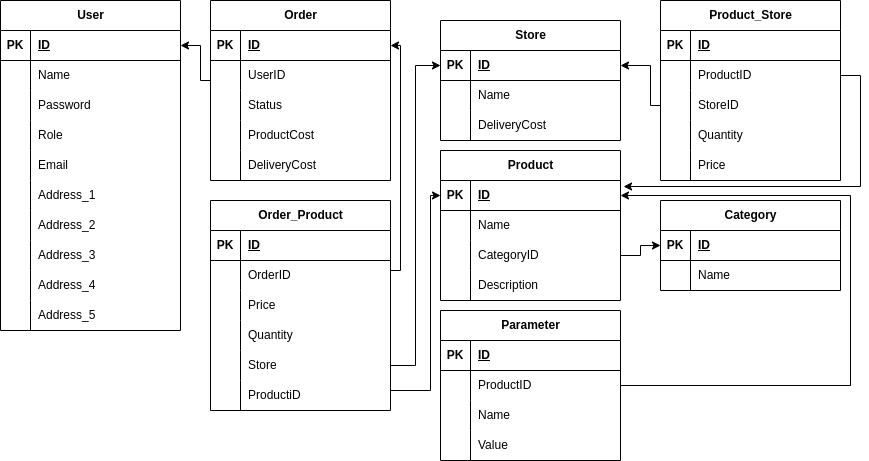
This is Diploma_scheme.png from Garpusha/diploma, a draw.io export, as it was before one commit. Source tidied: cells renumbered, new cells last; positions are measured from the earlier drawing's top-left corner, leaving out a move shared by most shapes.
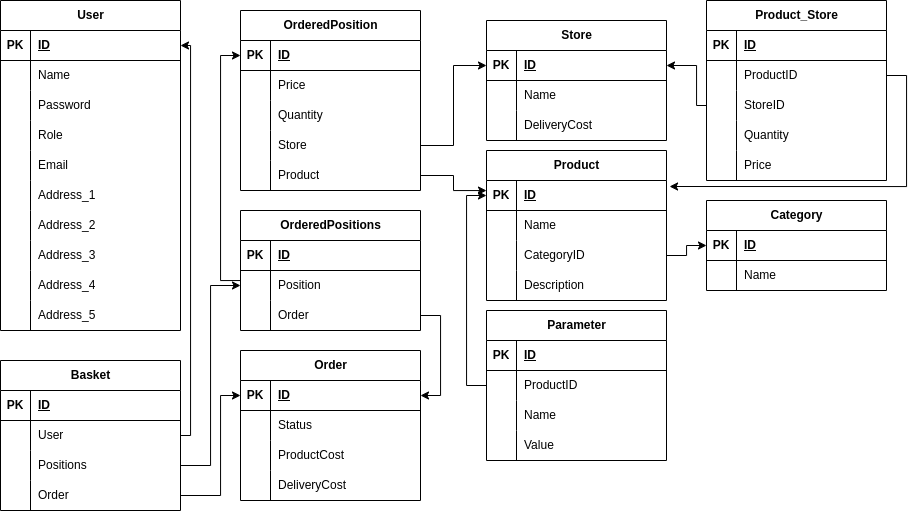
After the commit.

What changed in the source:
```diff
@@ -3,7 +3,7 @@
     <mxCell id="0" />
     <mxCell id="1" parent="0" />
     <mxCell id="2" value="User" style="shape=table;startSize=30;rowLines=0;fontStyle=1;align=center;html=1;" parent="1" vertex="1">
-      <mxGeometry width="180" height="330" as="geometry" />
+      <mxGeometry x="-46" width="180" height="330" as="geometry" />
     </mxCell>
     <mxCell id="3" style="shape=tableRow;horizontal=0;startSize=0;swimlaneHead=0;swimlaneBody=0;fillColor=none;points=[[0,0.5],[1,0.5]];portConstraint=eastwest;top=0;left=0;right=0;bottom=1;" parent="2" vertex="1">
       <mxGeometry y="30" width="180" height="30" as="geometry" />
@@ -221,7 +221,7 @@
       </mxGeometry>
     </mxCell>
     <mxCell id="73" value="Order" style="shape=table;startSize=30;rowLines=0;fontStyle=1;align=center;html=1;" parent="1" vertex="1">
-      <mxGeometry x="210" width="180" height="180" as="geometry" />
+      <mxGeometry x="194" y="350" width="180" height="150" as="geometry" />
     </mxCell>
     <mxCell id="74" style="shape=tableRow;horizontal=0;startSize=0;swimlaneHead=0;swimlaneBody=0;fillColor=none;points=[[0,0.5],[1,0.5]];portConstraint=eastwest;top=0;left=0;right=0;bottom=1;" parent="73" vertex="1">
       <mxGeometry y="30" width="180" height="30" as="geometry" />
@@ -232,17 +232,8 @@
     <mxCell id="76" value="ID" style="shape=partialRectangle;fillColor=none;top=0;left=0;bottom=0;right=0;align=left;spacingLeft=6;fontStyle=5;overflow=hidden;whiteSpace=wrap;html=1;" parent="74" vertex="1">
       <mxGeometry x="30" width="150" height="30" as="geometry" />
     </mxCell>
-    <mxCell id="77" style="shape=tableRow;horizontal=0;startSize=0;swimlaneHead=0;swimlaneBody=0;fillColor=none;points=[[0,0.5],[1,0.5]];portConstraint=eastwest;top=0;left=0;right=0;bottom=0;" parent="73" vertex="1">
-      <mxGeometry y="60" width="180" height="30" as="geometry" />
-    </mxCell>
-    <mxCell id="78" style="shape=partialRectangle;fillColor=none;top=0;left=0;bottom=0;right=0;overflow=hidden;whiteSpace=wrap;html=1;" parent="77" vertex="1">
-      <mxGeometry width="30" height="30" as="geometry" />
-    </mxCell>
-    <mxCell id="79" value="UserID" style="shape=partialRectangle;fillColor=none;top=0;left=0;bottom=0;right=0;align=left;spacingLeft=6;overflow=hidden;whiteSpace=wrap;html=1;" parent="77" vertex="1">
-      <mxGeometry x="30" width="150" height="30" as="geometry" />
-    </mxCell>
     <mxCell id="80" style="shape=tableRow;horizontal=0;startSize=0;swimlaneHead=0;swimlaneBody=0;fillColor=none;top=0;left=0;right=0;bottom=0;" parent="73" vertex="1">
-      <mxGeometry y="90" width="180" height="30" as="geometry" />
+      <mxGeometry y="60" width="180" height="30" as="geometry" />
     </mxCell>
     <mxCell id="81" style="shape=partialRectangle;fillColor=none;top=0;left=0;bottom=0;right=0;overflow=hidden;whiteSpace=wrap;html=1;" parent="80" vertex="1">
       <mxGeometry width="30" height="30" as="geometry" />
@@ -251,7 +242,7 @@
       <mxGeometry x="30" width="150" height="30" as="geometry" />
     </mxCell>
     <mxCell id="83" style="shape=tableRow;horizontal=0;startSize=0;swimlaneHead=0;swimlaneBody=0;fillColor=none;top=0;left=0;right=0;bottom=0;" parent="73" vertex="1">
-      <mxGeometry y="120" width="180" height="30" as="geometry" />
+      <mxGeometry y="90" width="180" height="30" as="geometry" />
     </mxCell>
     <mxCell id="84" style="shape=partialRectangle;fillColor=none;top=0;left=0;bottom=0;right=0;overflow=hidden;whiteSpace=wrap;html=1;" parent="83" vertex="1">
       <mxGeometry width="30" height="30" as="geometry" />
@@ -260,7 +251,7 @@
       <mxGeometry x="30" width="150" height="30" as="geometry" />
     </mxCell>
     <mxCell id="86" style="shape=tableRow;horizontal=0;startSize=0;swimlaneHead=0;swimlaneBody=0;fillColor=none;top=0;left=0;right=0;bottom=0;" parent="73" vertex="1">
-      <mxGeometry y="150" width="180" height="30" as="geometry" />
+      <mxGeometry y="120" width="180" height="30" as="geometry" />
     </mxCell>
     <mxCell id="87" style="shape=partialRectangle;fillColor=none;top=0;left=0;bottom=0;right=0;overflow=hidden;whiteSpace=wrap;html=1;" parent="86" vertex="1">
       <mxGeometry width="30" height="30" as="geometry" />
@@ -268,15 +259,6 @@
     <mxCell id="88" value="DeliveryCost" style="shape=partialRectangle;fillColor=none;top=0;left=0;bottom=0;right=0;align=left;spacingLeft=6;overflow=hidden;whiteSpace=wrap;html=1;" parent="86" vertex="1">
       <mxGeometry x="30" width="150" height="30" as="geometry" />
     </mxCell>
-    <mxCell id="89" style="edgeStyle=orthogonalEdgeStyle;rounded=0;jettySize=auto;html=1;" parent="1" edge="1" source="77">
-      <mxGeometry relative="1" as="geometry">
-        <mxPoint x="180" y="45" as="targetPoint" />
-        <Array as="points">
-          <mxPoint x="200" y="80" />
-          <mxPoint x="200" y="45" />
-        </Array>
-      </mxGeometry>
-    </mxCell>
     <mxCell id="90" value="Category" style="shape=table;startSize=30;rowLines=0;fontStyle=1;align=center;html=1;" parent="1" vertex="1">
       <mxGeometry x="660" y="200" width="180" height="90" as="geometry" />
     </mxCell>
@@ -340,8 +322,8 @@
     <mxCell id="110" style="edgeStyle=orthogonalEdgeStyle;rounded=0;jettySize=auto;html=1;entryX=0;entryY=0.5;entryDx=0;entryDy=0;" parent="1" edge="1" source="40" target="91">
       <mxGeometry relative="1" as="geometry" />
     </mxCell>
-    <mxCell id="111" value="Order_Product" style="shape=table;startSize=30;rowLines=0;fontStyle=1;align=center;html=1;" parent="1" vertex="1">
-      <mxGeometry x="210" y="200" width="180" height="210" as="geometry" />
+    <mxCell id="111" value="OrderedPosition" style="shape=table;startSize=30;rowLines=0;fontStyle=1;align=center;html=1;" parent="1" vertex="1">
+      <mxGeometry x="194" y="10" width="180" height="180" as="geometry" />
     </mxCell>
     <mxCell id="112" style="shape=tableRow;horizontal=0;startSize=0;swimlaneHead=0;swimlaneBody=0;fillColor=none;points=[[0,0.5],[1,0.5]];portConstraint=eastwest;top=0;left=0;right=0;bottom=1;" parent="111" vertex="1">
       <mxGeometry y="30" width="180" height="30" as="geometry" />
@@ -352,17 +334,8 @@
     <mxCell id="114" value="ID" style="shape=partialRectangle;fillColor=none;top=0;left=0;bottom=0;right=0;align=left;spacingLeft=6;fontStyle=5;overflow=hidden;whiteSpace=wrap;html=1;" parent="112" vertex="1">
       <mxGeometry x="30" width="150" height="30" as="geometry" />
     </mxCell>
-    <mxCell id="115" style="shape=tableRow;horizontal=0;startSize=0;swimlaneHead=0;swimlaneBody=0;fillColor=none;points=[[0,0.5],[1,0.5]];portConstraint=eastwest;top=0;left=0;right=0;bottom=0;" parent="111" vertex="1">
-      <mxGeometry y="60" width="180" height="30" as="geometry" />
-    </mxCell>
-    <mxCell id="116" style="shape=partialRectangle;fillColor=none;top=0;left=0;bottom=0;right=0;overflow=hidden;whiteSpace=wrap;html=1;" parent="115" vertex="1">
-      <mxGeometry width="30" height="30" as="geometry" />
-    </mxCell>
-    <mxCell id="117" value="OrderID" style="shape=partialRectangle;fillColor=none;top=0;left=0;bottom=0;right=0;align=left;spacingLeft=6;overflow=hidden;whiteSpace=wrap;html=1;" parent="115" vertex="1">
-      <mxGeometry x="30" width="150" height="30" as="geometry" />
-    </mxCell>
     <mxCell id="118" style="shape=tableRow;horizontal=0;startSize=0;swimlaneHead=0;swimlaneBody=0;fillColor=none;top=0;left=0;right=0;bottom=0;" parent="111" vertex="1">
-      <mxGeometry y="90" width="180" height="30" as="geometry" />
+      <mxGeometry y="60" width="180" height="30" as="geometry" />
     </mxCell>
     <mxCell id="119" style="shape=partialRectangle;fillColor=none;top=0;left=0;bottom=0;right=0;overflow=hidden;whiteSpace=wrap;html=1;" parent="118" vertex="1">
       <mxGeometry width="30" height="30" as="geometry" />
@@ -371,7 +344,7 @@
       <mxGeometry x="30" width="150" height="30" as="geometry" />
     </mxCell>
     <mxCell id="121" style="shape=tableRow;horizontal=0;startSize=0;swimlaneHead=0;swimlaneBody=0;fillColor=none;top=0;left=0;right=0;bottom=0;" parent="111" vertex="1">
-      <mxGeometry y="120" width="180" height="30" as="geometry" />
+      <mxGeometry y="90" width="180" height="30" as="geometry" />
     </mxCell>
     <mxCell id="122" style="shape=partialRectangle;fillColor=none;top=0;left=0;bottom=0;right=0;overflow=hidden;whiteSpace=wrap;html=1;" parent="121" vertex="1">
       <mxGeometry width="30" height="30" as="geometry" />
@@ -380,7 +353,7 @@
       <mxGeometry x="30" width="150" height="30" as="geometry" />
     </mxCell>
     <mxCell id="124" style="shape=tableRow;horizontal=0;startSize=0;swimlaneHead=0;swimlaneBody=0;fillColor=none;points=[[0,0.5],[1,0.5]];portConstraint=eastwest;top=0;left=0;right=0;bottom=0;" parent="111" vertex="1">
-      <mxGeometry y="150" width="180" height="30" as="geometry" />
+      <mxGeometry y="120" width="180" height="30" as="geometry" />
     </mxCell>
     <mxCell id="125" style="shape=partialRectangle;fillColor=none;top=0;left=0;bottom=0;right=0;overflow=hidden;whiteSpace=wrap;html=1;" parent="124" vertex="1">
       <mxGeometry width="30" height="30" as="geometry" />
@@ -389,54 +362,139 @@
       <mxGeometry x="30" width="150" height="30" as="geometry" />
     </mxCell>
     <mxCell id="127" style="shape=tableRow;horizontal=0;startSize=0;swimlaneHead=0;swimlaneBody=0;fillColor=none;points=[[0,0.5],[1,0.5]];portConstraint=eastwest;top=0;left=0;right=0;bottom=0;" parent="111" vertex="1">
-      <mxGeometry y="180" width="180" height="30" as="geometry" />
+      <mxGeometry y="150" width="180" height="30" as="geometry" />
     </mxCell>
     <mxCell id="128" style="shape=partialRectangle;fillColor=none;top=0;left=0;bottom=0;right=0;overflow=hidden;whiteSpace=wrap;html=1;" parent="127" vertex="1">
       <mxGeometry width="30" height="30" as="geometry" />
     </mxCell>
-    <mxCell id="129" value="ProductiD" style="shape=partialRectangle;fillColor=none;top=0;left=0;bottom=0;right=0;align=left;spacingLeft=6;overflow=hidden;whiteSpace=wrap;html=1;" parent="127" vertex="1">
+    <mxCell id="129" value="Product" style="shape=partialRectangle;fillColor=none;top=0;left=0;bottom=0;right=0;align=left;spacingLeft=6;overflow=hidden;whiteSpace=wrap;html=1;" parent="127" vertex="1">
       <mxGeometry x="30" width="150" height="30" as="geometry" />
     </mxCell>
+    <mxCell id="133" style="edgeStyle=orthogonalEdgeStyle;rounded=0;jettySize=auto;html=1;entryX=1.017;entryY=0.2;entryDx=0;entryDy=0;entryPerimeter=0;" parent="1" edge="1" source="60" target="34">
+      <mxGeometry relative="1" as="geometry">
+        <Array as="points">
+          <mxPoint x="860" y="75" />
+          <mxPoint x="860" y="186" />
+        </Array>
+      </mxGeometry>
+    </mxCell>
+    <mxCell id="135" value="Basket" style="shape=table;startSize=30;rowLines=0;fontStyle=1;align=center;html=1;" parent="1" vertex="1">
+      <mxGeometry x="-46" y="360" width="180" height="150" as="geometry" />
+    </mxCell>
+    <mxCell id="136" style="shape=tableRow;horizontal=0;startSize=0;swimlaneHead=0;swimlaneBody=0;fillColor=none;top=0;left=0;right=0;bottom=1;" parent="135" vertex="1">
+      <mxGeometry y="30" width="180" height="30" as="geometry" />
+    </mxCell>
+    <mxCell id="137" value="PK" style="shape=partialRectangle;fillColor=none;top=0;left=0;bottom=0;right=0;fontStyle=1;overflow=hidden;whiteSpace=wrap;html=1;" parent="136" vertex="1">
+      <mxGeometry width="30" height="30" as="geometry" />
+    </mxCell>
+    <mxCell id="138" value="ID" style="shape=partialRectangle;fillColor=none;top=0;left=0;bottom=0;right=0;align=left;spacingLeft=6;fontStyle=5;overflow=hidden;whiteSpace=wrap;html=1;" parent="136" vertex="1">
+      <mxGeometry x="30" width="150" height="30" as="geometry" />
+    </mxCell>
+    <mxCell id="139" style="shape=tableRow;horizontal=0;startSize=0;swimlaneHead=0;swimlaneBody=0;fillColor=none;points=[[0,0.5],[1,0.5]];portConstraint=eastwest;top=0;left=0;right=0;bottom=0;" parent="135" vertex="1">
+      <mxGeometry y="60" width="180" height="30" as="geometry" />
+    </mxCell>
+    <mxCell id="140" style="shape=partialRectangle;fillColor=none;top=0;left=0;bottom=0;right=0;overflow=hidden;whiteSpace=wrap;html=1;" parent="139" vertex="1">
+      <mxGeometry width="30" height="30" as="geometry" />
+    </mxCell>
+    <mxCell id="141" value="User" style="shape=partialRectangle;fillColor=none;top=0;left=0;bottom=0;right=0;align=left;spacingLeft=6;overflow=hidden;whiteSpace=wrap;html=1;" parent="139" vertex="1">
+      <mxGeometry x="30" width="150" height="30" as="geometry" />
+    </mxCell>
+    <mxCell id="142" style="shape=tableRow;horizontal=0;startSize=0;swimlaneHead=0;swimlaneBody=0;fillColor=none;points=[[0,0.5],[1,0.5]];portConstraint=eastwest;top=0;left=0;right=0;bottom=0;" parent="135" vertex="1">
+      <mxGeometry y="90" width="180" height="30" as="geometry" />
+    </mxCell>
+    <mxCell id="143" style="shape=partialRectangle;fillColor=none;top=0;left=0;bottom=0;right=0;overflow=hidden;whiteSpace=wrap;html=1;" parent="142" vertex="1">
+      <mxGeometry width="30" height="30" as="geometry" />
+    </mxCell>
+    <mxCell id="144" value="Positions" style="shape=partialRectangle;fillColor=none;top=0;left=0;bottom=0;right=0;align=left;spacingLeft=6;overflow=hidden;whiteSpace=wrap;html=1;" parent="142" vertex="1">
+      <mxGeometry x="30" width="150" height="30" as="geometry" />
+    </mxCell>
+    <mxCell id="145" style="shape=tableRow;horizontal=0;startSize=0;swimlaneHead=0;swimlaneBody=0;fillColor=none;points=[[0,0.5],[1,0.5]];portConstraint=eastwest;top=0;left=0;right=0;bottom=0;" parent="135" vertex="1">
+      <mxGeometry y="120" width="180" height="30" as="geometry" />
+    </mxCell>
+    <mxCell id="146" style="shape=partialRectangle;fillColor=none;top=0;left=0;bottom=0;right=0;overflow=hidden;whiteSpace=wrap;html=1;" parent="145" vertex="1">
+      <mxGeometry width="30" height="30" as="geometry" />
+    </mxCell>
+    <mxCell id="147" value="Order" style="shape=partialRectangle;fillColor=none;top=0;left=0;bottom=0;right=0;align=left;spacingLeft=6;overflow=hidden;whiteSpace=wrap;html=1;" parent="145" vertex="1">
+      <mxGeometry x="30" width="150" height="30" as="geometry" />
+    </mxCell>
+    <mxCell id="134" style="edgeStyle=orthogonalEdgeStyle;rounded=0;jettySize=auto;html=1;" parent="1" edge="1" source="127" target="34">
+      <mxGeometry relative="1" as="geometry">
+        <Array as="points">
+          <mxPoint x="407" y="175" />
+          <mxPoint x="407" y="190" />
+        </Array>
+      </mxGeometry>
+    </mxCell>
-    <mxCell id="130" style="edgeStyle=orthogonalEdgeStyle;rounded=0;jettySize=auto;html=1;" parent="1" edge="1" source="124" target="47">
-      <mxGeometry relative="1" as="geometry">
-        <Array as="points">
-          <mxPoint x="415" y="365" />
-          <mxPoint x="415" y="65" />
-        </Array>
-      </mxGeometry>
+    <mxCell id="130" style="edgeStyle=orthogonalEdgeStyle;rounded=0;jettySize=auto;html=1;entryX=0;entryY=0.5;entryDx=0;entryDy=0;" parent="1" edge="1" source="124" target="47">
+      <mxGeometry relative="1" as="geometry" />
     </mxCell>
-    <mxCell id="131" style="edgeStyle=orthogonalEdgeStyle;rounded=0;jettySize=auto;html=1;entryX=1;entryY=0.5;entryDx=0;entryDy=0;" parent="1" edge="1" source="115" target="74">
-      <mxGeometry relative="1" as="geometry">
-        <Array as="points">
-          <mxPoint x="400" y="270" />
-          <mxPoint x="400" y="45" />
-        </Array>
-      </mxGeometry>
-    </mxCell>
+    <mxCell id="148" value="OrderedPositions" style="shape=table;startSize=30;rowLines=0;fontStyle=1;align=center;html=1;" parent="1" vertex="1">
+      <mxGeometry x="194" y="210" width="180" height="120" as="geometry" />
+    </mxCell>
+    <mxCell id="149" style="shape=tableRow;horizontal=0;startSize=0;swimlaneHead=0;swimlaneBody=0;fillColor=none;top=0;left=0;right=0;bottom=1;" parent="148" vertex="1">
+      <mxGeometry y="30" width="180" height="30" as="geometry" />
+    </mxCell>
+    <mxCell id="150" value="PK" style="shape=partialRectangle;fillColor=none;top=0;left=0;bottom=0;right=0;fontStyle=1;overflow=hidden;whiteSpace=wrap;html=1;" parent="149" vertex="1">
+      <mxGeometry width="30" height="30" as="geometry" />
+    </mxCell>
+    <mxCell id="151" value="ID" style="shape=partialRectangle;fillColor=none;top=0;left=0;bottom=0;right=0;align=left;spacingLeft=6;fontStyle=5;overflow=hidden;whiteSpace=wrap;html=1;" parent="149" vertex="1">
+      <mxGeometry x="30" width="150" height="30" as="geometry" />
+    </mxCell>
+    <mxCell id="152" style="shape=tableRow;horizontal=0;startSize=0;swimlaneHead=0;swimlaneBody=0;fillColor=none;points=[[0,0.5],[1,0.5]];portConstraint=eastwest;top=0;left=0;right=0;bottom=0;" parent="148" vertex="1">
+      <mxGeometry y="60" width="180" height="30" as="geometry" />
+    </mxCell>
+    <mxCell id="153" style="shape=partialRectangle;fillColor=none;top=0;left=0;bottom=0;right=0;overflow=hidden;whiteSpace=wrap;html=1;" parent="152" vertex="1">
+      <mxGeometry width="30" height="30" as="geometry" />
+    </mxCell>
+    <mxCell id="154" value="Position" style="shape=partialRectangle;fillColor=none;top=0;left=0;bottom=0;right=0;align=left;spacingLeft=6;overflow=hidden;whiteSpace=wrap;html=1;" parent="152" vertex="1">
+      <mxGeometry x="30" width="150" height="30" as="geometry" />
+    </mxCell>
+    <mxCell id="155" style="shape=tableRow;horizontal=0;startSize=0;swimlaneHead=0;swimlaneBody=0;fillColor=none;points=[[0,0.5],[1,0.5]];portConstraint=eastwest;top=0;left=0;right=0;bottom=0;" parent="148" vertex="1">
+      <mxGeometry y="90" width="180" height="30" as="geometry" />
+    </mxCell>
+    <mxCell id="156" style="shape=partialRectangle;fillColor=none;top=0;left=0;bottom=0;right=0;overflow=hidden;whiteSpace=wrap;html=1;" parent="155" vertex="1">
+      <mxGeometry width="30" height="30" as="geometry" />
+    </mxCell>
+    <mxCell id="157" value="Order" style="shape=partialRectangle;fillColor=none;top=0;left=0;bottom=0;right=0;align=left;spacingLeft=6;overflow=hidden;whiteSpace=wrap;html=1;" parent="155" vertex="1">
+      <mxGeometry x="30" width="150" height="30" as="geometry" />
+    </mxCell>
+    <mxCell id="158" style="edgeStyle=orthogonalEdgeStyle;rounded=0;jettySize=auto;html=1;entryX=0;entryY=0.5;entryDx=0;entryDy=0;" parent="1" edge="1" source="152" target="112">
+      <mxGeometry relative="1" as="geometry">
+        <Array as="points">
+          <mxPoint x="174" y="280" />
+          <mxPoint x="174" y="55" />
+        </Array>
+      </mxGeometry>
+    </mxCell>
+    <mxCell id="159" style="edgeStyle=orthogonalEdgeStyle;rounded=0;jettySize=auto;html=1;entryX=1;entryY=0.5;entryDx=0;entryDy=0;" parent="1" edge="1" source="155" target="74">
+      <mxGeometry relative="1" as="geometry">
+        <Array as="points">
+          <mxPoint x="394" y="315" />
+          <mxPoint x="394" y="395" />
+        </Array>
+      </mxGeometry>
+    </mxCell>
+    <mxCell id="160" style="edgeStyle=orthogonalEdgeStyle;rounded=0;jettySize=auto;html=1;entryX=1;entryY=0.5;entryDx=0;entryDy=0;" parent="1" edge="1" source="139" target="3">
+      <mxGeometry relative="1" as="geometry">
+        <Array as="points">
+          <mxPoint x="144" y="435" />
+          <mxPoint x="144" y="45" />
+        </Array>
+      </mxGeometry>
+    </mxCell>
+    <mxCell id="161" style="edgeStyle=orthogonalEdgeStyle;rounded=0;jettySize=auto;html=1;" parent="1" edge="1" source="142" target="152">
+      <mxGeometry relative="1" as="geometry" />
+    </mxCell>
+    <mxCell id="162" style="edgeStyle=orthogonalEdgeStyle;rounded=0;jettySize=auto;html=1;entryX=0;entryY=0.5;entryDx=0;entryDy=0;" parent="1" edge="1" source="145" target="74">
+      <mxGeometry relative="1" as="geometry">
+        <Array as="points">
+          <mxPoint x="174" y="495" />
+          <mxPoint x="174" y="395" />
+        </Array>
+      </mxGeometry>
+    </mxCell>
-    <mxCell id="132" style="edgeStyle=orthogonalEdgeStyle;rounded=0;jettySize=auto;html=1;entryX=1;entryY=0.5;entryDx=0;entryDy=0;" parent="1" edge="1" source="101" target="34">
-      <mxGeometry relative="1" as="geometry">
-        <Array as="points">
-          <mxPoint x="850" y="385" />
-          <mxPoint x="850" y="195" />
-        </Array>
-      </mxGeometry>
+    <mxCell id="132" style="edgeStyle=orthogonalEdgeStyle;rounded=0;jettySize=auto;html=1;entryX=0;entryY=0.5;entryDx=0;entryDy=0;" parent="1" edge="1" source="101" target="34">
+      <mxGeometry relative="1" as="geometry" />
     </mxCell>
-    <mxCell id="133" style="edgeStyle=orthogonalEdgeStyle;rounded=0;jettySize=auto;html=1;entryX=1.017;entryY=0.2;entryDx=0;entryDy=0;entryPerimeter=0;" parent="1" edge="1" source="60" target="34">
-      <mxGeometry relative="1" as="geometry">
-        <Array as="points">
-          <mxPoint x="860" y="75" />
-          <mxPoint x="860" y="186" />
-        </Array>
-      </mxGeometry>
-    </mxCell>
-    <mxCell id="134" style="edgeStyle=orthogonalEdgeStyle;rounded=0;jettySize=auto;html=1;exitX=1;exitY=0.5;exitDx=0;exitDy=0;" parent="1" edge="1" source="127" target="34">
-      <mxGeometry relative="1" as="geometry">
-        <Array as="points">
-          <mxPoint x="390" y="390" />
-          <mxPoint x="430" y="390" />
-          <mxPoint x="430" y="195" />
-        </Array>
-      </mxGeometry>
-    </mxCell>
   </root>
 </mxGraphModel>
```
